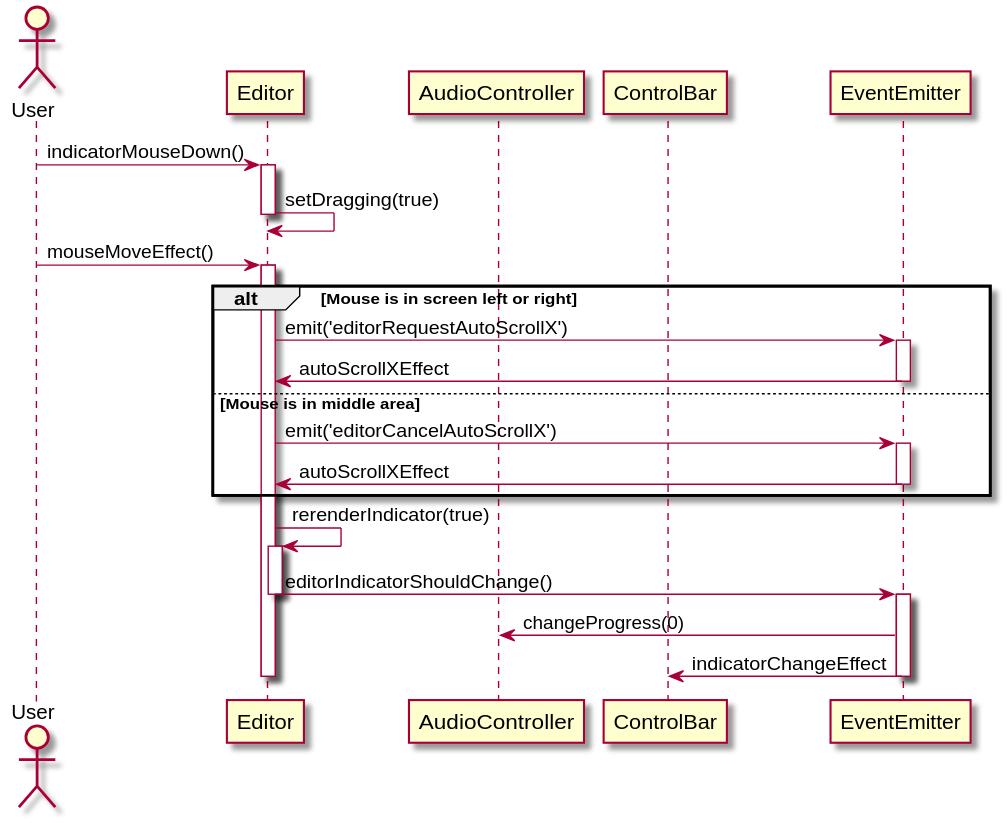
Above: out/sequence_diagram/move_indicator/move_indicator.svg in austudio-team/austudio-uml-graph (PlantUML), before the change.
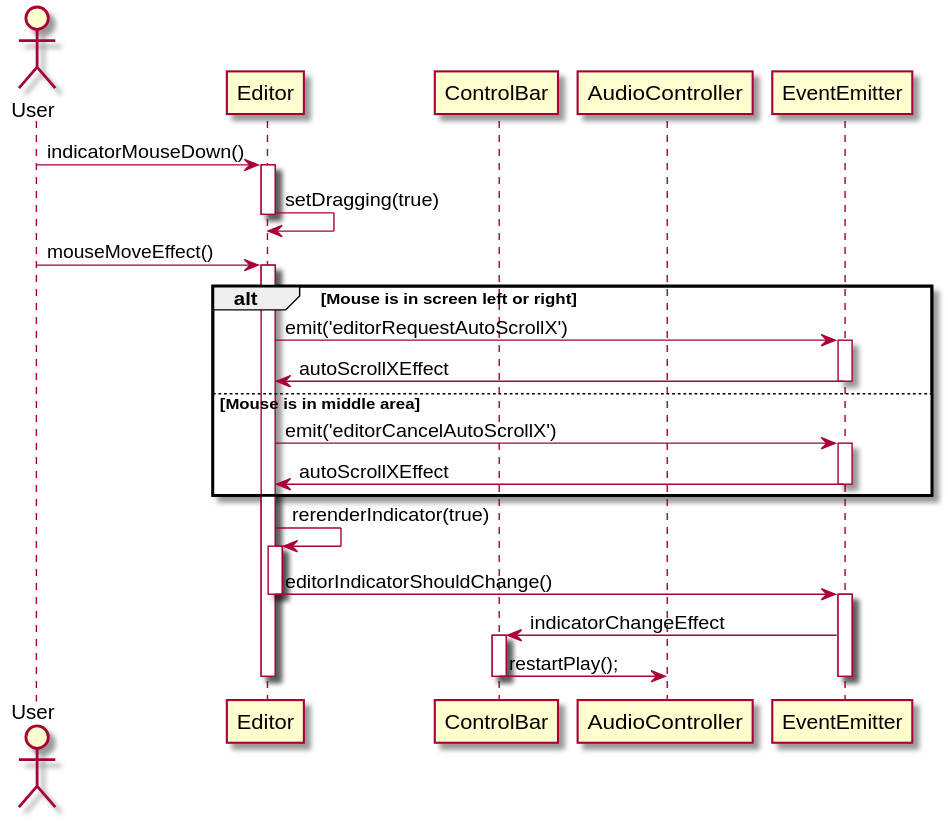
After the change.

Diff of the diagram source:
```diff
@@ -25,8 +25,10 @@
 Editor -> EventEmitter: editorIndicatorShouldChange()
 deactivate Editor
 activate EventEmitter
-EventEmitter -> AudioController: changeProgress(0)
 EventEmitter -> ControlBar: indicatorChangeEffect
+activate ControlBar
+ControlBar -> AudioController: restartPlay();
+deactivate ControlBar
 deactivate EventEmitter
 deactivate Editor
 
```
